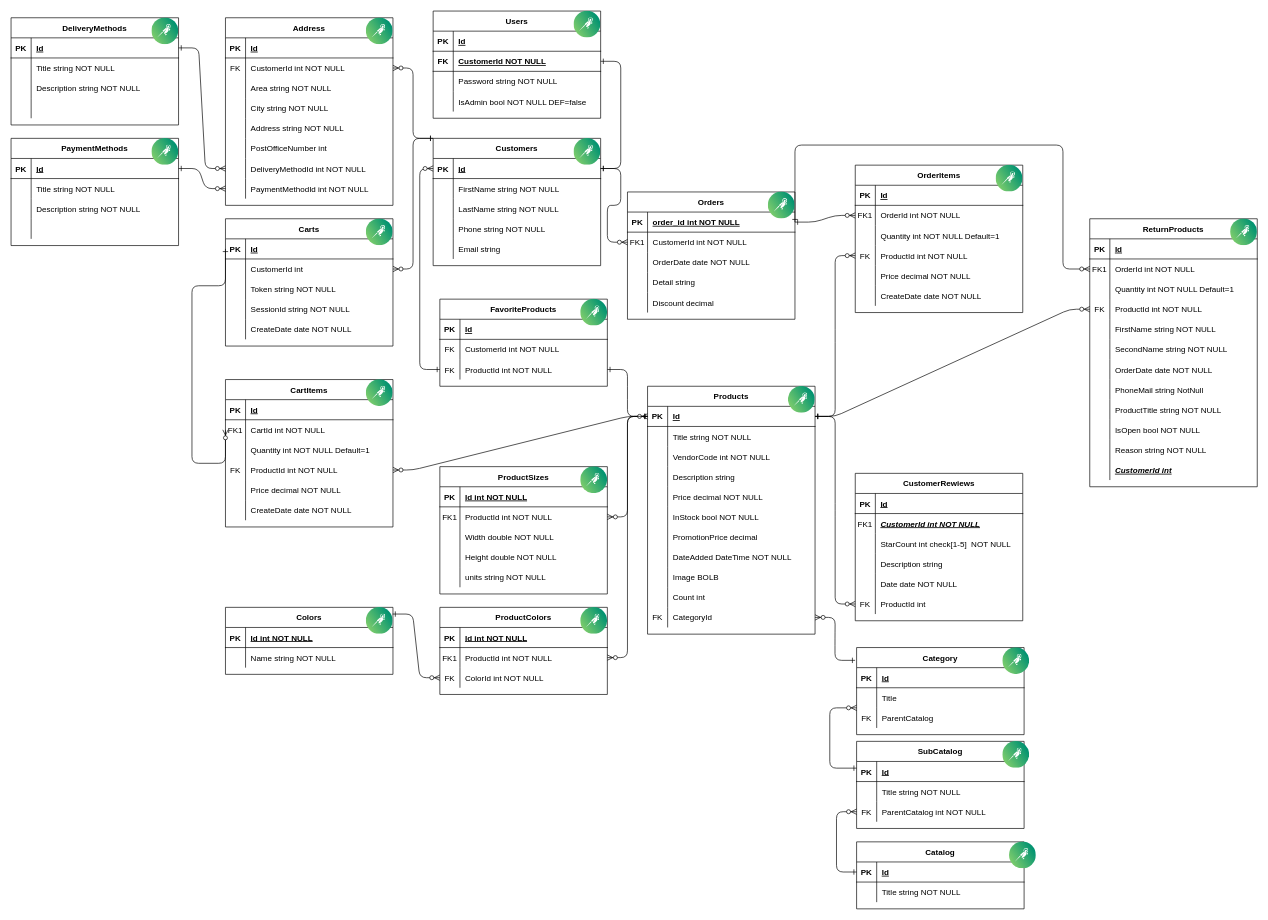
This is OpencartShop/Domain/DataBaseStruct.drawio from maxpe3447/OpencartShop, a draw.io file, before an edit. Source tidied: cells renumbered, new cells numbered last; positions are measured from the earlier drawing's top-left corner, leaving out a move shared by most shapes. Both pictures are drawn from the tidied source at 67%, with x=0, y=0 at pixel (11, 11).
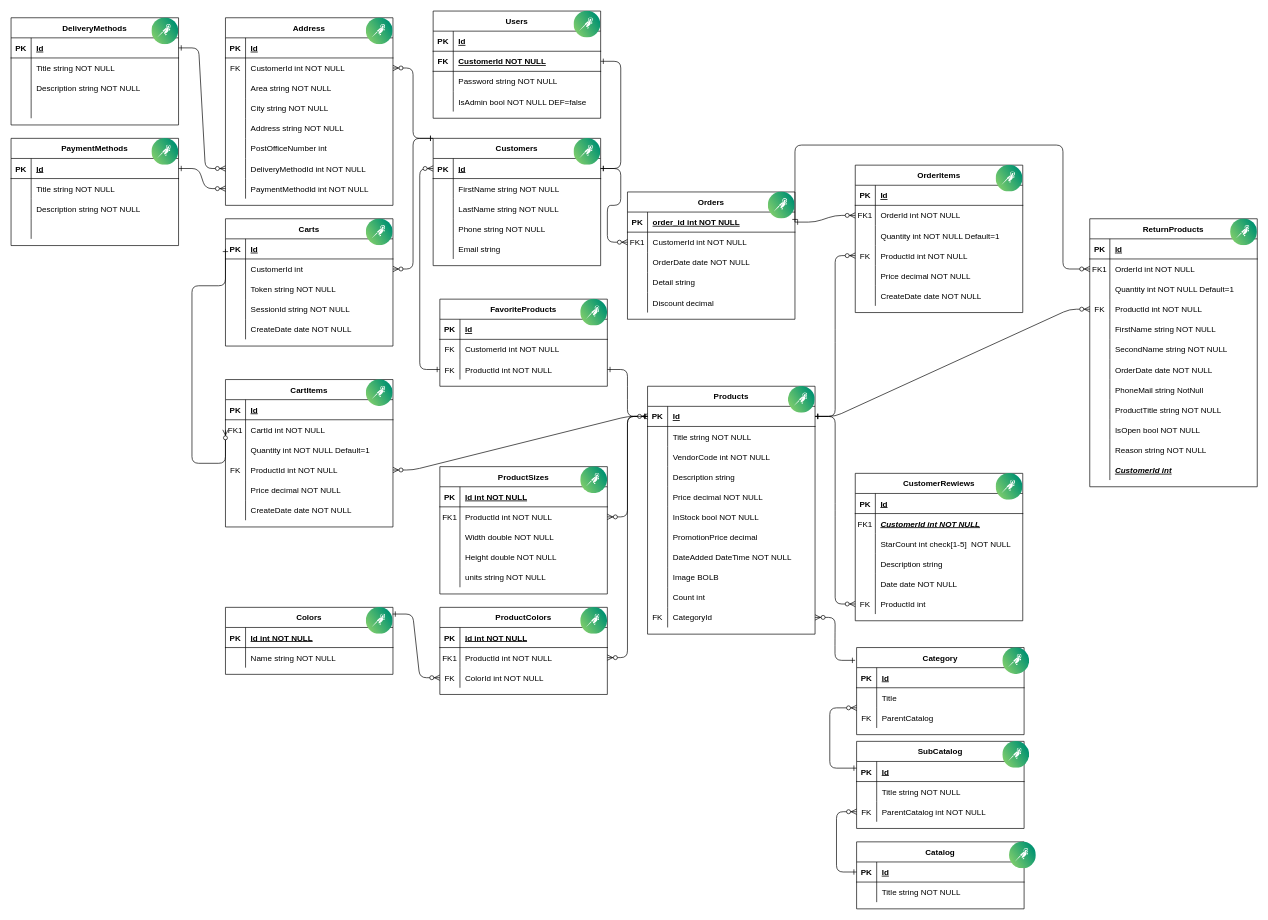
After the change.

Diff of the diagram source:
```diff
@@
+    <mxCell id="351" style="image;perimeter=ellipsePerimeter;html=1;align=center;fontSize=12;verticalAlign=top;fontColor=#364149;shadow=0;dashed=0;image=img/lib/cumulus/cumulus_linux_icon.svg;" parent="1" vertex="1">
+      <mxGeometry x="1470" y="690" width="40" height="40" as="geometry" />
+    </mxCell>
```
